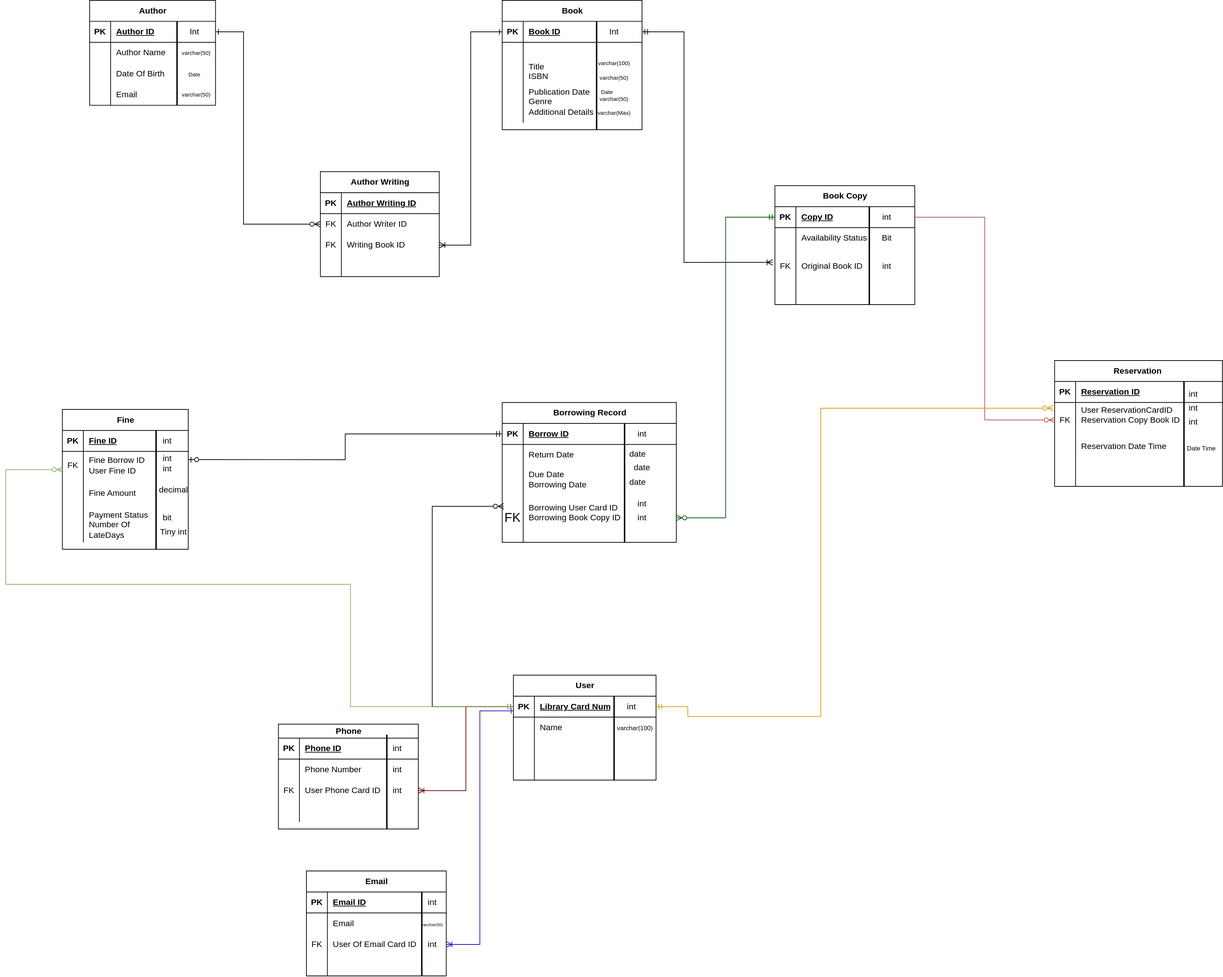
Above: Project 2 - Simple Library/Relational Schema - Project 2 - Simple Library.drawio.svg in osama-dev2206/Database_Projects (draw.io), before the change. Source tidied: cells renumbered, new cells last; positions are measured from the earlier drawing's top-left corner, leaving out a move shared by most shapes.
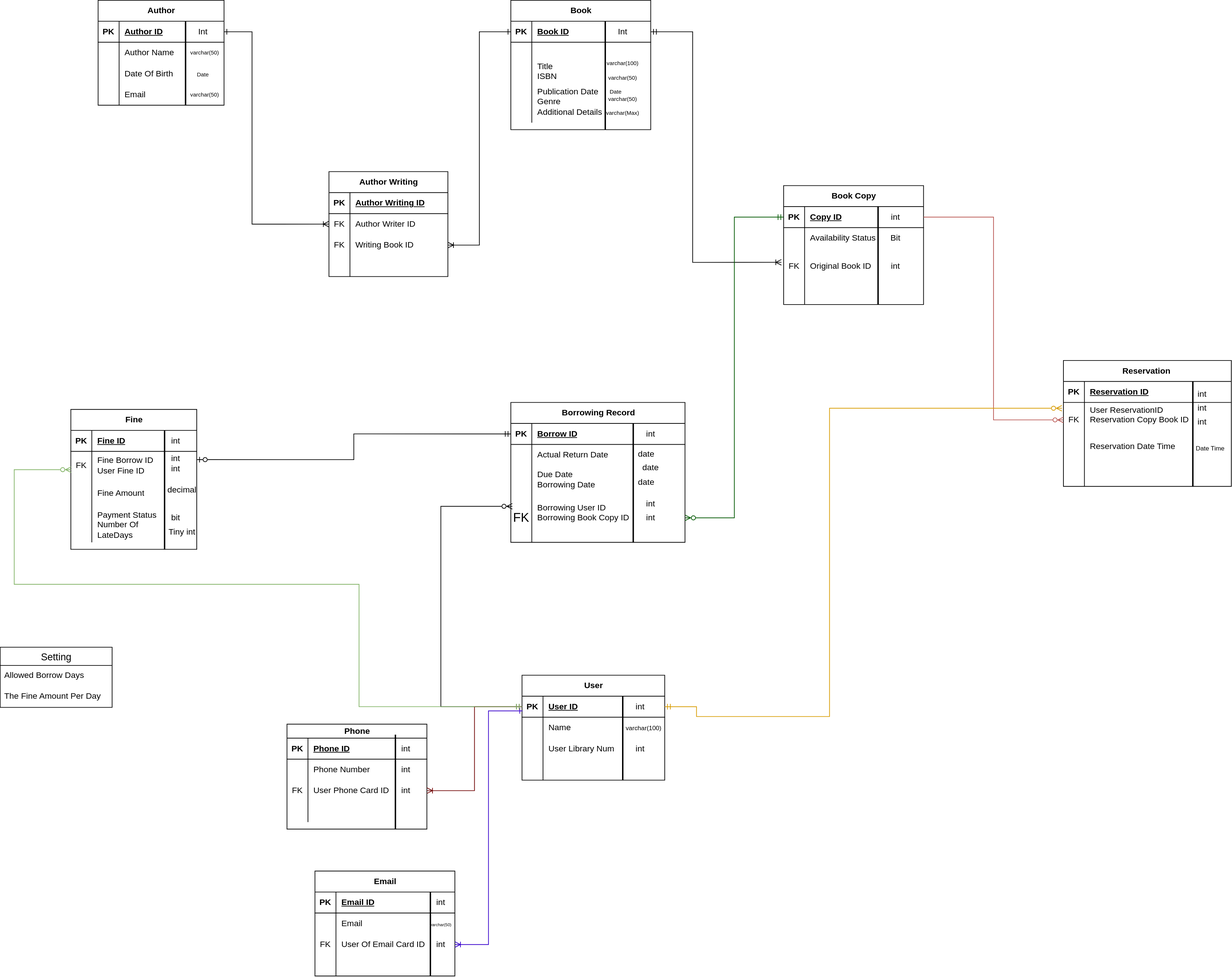
After the change.

Diff of the diagram source:
```diff
@@ -163,7 +163,7 @@
     <mxCell id="53" value="&lt;font style=&quot;font-size: 8px;&quot;&gt;varchar(50)&lt;/font&gt;" style="text;whiteSpace=wrap;html=1;" parent="1" vertex="1">
       <mxGeometry x="250" y="60" width="70" height="40" as="geometry" />
     </mxCell>
-    <mxCell id="54" style="edgeStyle=orthogonalEdgeStyle;rounded=0;jettySize=auto;html=1;entryX=0;entryY=0.5;entryDx=0;entryDy=0;endArrow=ERzeroToMany;endFill=0;startArrow=ERone;startFill=0;" parent="1" edge="1" source="50" target="27">
+    <mxCell id="54" style="edgeStyle=orthogonalEdgeStyle;rounded=0;jettySize=auto;html=1;entryX=0;entryY=0.5;entryDx=0;entryDy=0;endArrow=ERoneToMany;endFill=0;startArrow=ERone;startFill=0;" parent="1" edge="1" source="50" target="27">
       <mxGeometry relative="1" as="geometry">
         <Array as="points">
           <mxPoint x="340" y="45" />
@@ -243,7 +243,7 @@
     <mxCell id="78" style="shape=partialRectangle;fillColor=none;top=0;left=0;bottom=0;right=0;overflow=hidden;whiteSpace=wrap;html=1;" parent="77" vertex="1">
       <mxGeometry width="30" height="30" as="geometry" />
     </mxCell>
-    <mxCell id="79" value="Return Date&amp;nbsp;" style="shape=partialRectangle;fillColor=none;top=0;left=0;bottom=0;right=0;align=left;spacingLeft=6;overflow=hidden;whiteSpace=wrap;html=1;" parent="77" vertex="1">
+    <mxCell id="79" value="Actual Return Date&amp;nbsp;" style="shape=partialRectangle;fillColor=none;top=0;left=0;bottom=0;right=0;align=left;spacingLeft=6;overflow=hidden;whiteSpace=wrap;html=1;" parent="77" vertex="1">
       <mxGeometry x="30" width="219" height="30" as="geometry" />
     </mxCell>
     <mxCell id="80" style="shape=tableRow;horizontal=0;startSize=0;swimlaneHead=0;swimlaneBody=0;fillColor=none;top=0;left=0;right=0;bottom=0;" parent="73" vertex="1">
@@ -261,7 +261,7 @@
     <mxCell id="84" value="&lt;font style=&quot;font-size: 18px;&quot;&gt;FK&lt;/font&gt;" style="shape=partialRectangle;fillColor=none;top=0;left=0;bottom=0;right=0;overflow=hidden;whiteSpace=wrap;html=1;" parent="83" vertex="1">
       <mxGeometry width="30" height="70" as="geometry" />
     </mxCell>
-    <mxCell id="85" value="&lt;div&gt;Borrowing User Card ID&lt;/div&gt;&lt;div&gt;Borrowing Book Copy ID&lt;/div&gt;&lt;div&gt;&lt;br&gt;&lt;/div&gt;" style="shape=partialRectangle;fillColor=none;top=0;left=0;bottom=0;right=0;align=left;spacingLeft=6;overflow=hidden;whiteSpace=wrap;html=1;" parent="83" vertex="1">
+    <mxCell id="85" value="&lt;div&gt;Borrowing User ID&lt;/div&gt;&lt;div&gt;Borrowing Book Copy ID&lt;/div&gt;&lt;div&gt;&lt;br&gt;&lt;/div&gt;" style="shape=partialRectangle;fillColor=none;top=0;left=0;bottom=0;right=0;align=left;spacingLeft=6;overflow=hidden;whiteSpace=wrap;html=1;" parent="83" vertex="1">
       <mxGeometry x="30" width="219" height="70" as="geometry" />
     </mxCell>
     <mxCell id="86" value="User" style="shape=table;startSize=30;rowLines=0;fontStyle=1;align=center;html=1;" parent="1" vertex="1">
@@ -273,7 +273,7 @@
     <mxCell id="88" value="PK" style="shape=partialRectangle;fillColor=none;top=0;left=0;bottom=0;right=0;fontStyle=1;overflow=hidden;whiteSpace=wrap;html=1;" parent="87" vertex="1">
       <mxGeometry width="30" height="30" as="geometry" />
     </mxCell>
-    <mxCell id="89" value="Library Card Num" style="shape=partialRectangle;fillColor=none;top=0;left=0;bottom=0;right=0;align=left;spacingLeft=6;fontStyle=5;overflow=hidden;whiteSpace=wrap;html=1;" parent="87" vertex="1">
+    <mxCell id="89" value="User ID" style="shape=partialRectangle;fillColor=none;top=0;left=0;bottom=0;right=0;align=left;spacingLeft=6;fontStyle=5;overflow=hidden;whiteSpace=wrap;html=1;" parent="87" vertex="1">
       <mxGeometry x="30" width="174" height="30" as="geometry" />
     </mxCell>
     <mxCell id="90" style="shape=tableRow;horizontal=0;startSize=0;swimlaneHead=0;swimlaneBody=0;fillColor=none;top=0;left=0;right=0;bottom=0;" parent="86" vertex="1">
@@ -291,7 +291,7 @@
     <mxCell id="94" style="shape=partialRectangle;fillColor=none;top=0;left=0;bottom=0;right=0;overflow=hidden;whiteSpace=wrap;html=1;" parent="93" vertex="1">
       <mxGeometry width="30" height="30" as="geometry" />
     </mxCell>
-    <mxCell id="95" style="shape=partialRectangle;fillColor=none;top=0;left=0;bottom=0;right=0;align=left;spacingLeft=6;overflow=hidden;whiteSpace=wrap;html=1;" parent="93" vertex="1">
+    <mxCell id="95" value="User Library Num&amp;nbsp;" style="shape=partialRectangle;fillColor=none;top=0;left=0;bottom=0;right=0;align=left;spacingLeft=6;overflow=hidden;whiteSpace=wrap;html=1;" parent="93" vertex="1">
       <mxGeometry x="30" width="174" height="30" as="geometry" />
     </mxCell>
     <mxCell id="96" style="shape=tableRow;horizontal=0;startSize=0;swimlaneHead=0;swimlaneBody=0;fillColor=none;top=0;left=0;right=0;bottom=0;" parent="86" vertex="1">
@@ -473,7 +473,7 @@
     <mxCell id="153" value="FK" style="shape=partialRectangle;fillColor=none;top=0;left=0;bottom=0;right=0;overflow=hidden;whiteSpace=wrap;html=1;" parent="152" vertex="1">
       <mxGeometry width="30" height="50" as="geometry" />
     </mxCell>
-    <mxCell id="154" value="&lt;div&gt;User ReservationCardID&lt;/div&gt;&lt;div&gt;&lt;font style=&quot;font-size: 12px;&quot;&gt;Reservation Copy Book ID&lt;/font&gt;&lt;/div&gt;&lt;div&gt;&lt;br&gt;&lt;/div&gt;" style="shape=partialRectangle;fillColor=none;top=0;left=0;bottom=0;right=0;align=left;spacingLeft=6;overflow=hidden;whiteSpace=wrap;html=1;" parent="152" vertex="1">
+    <mxCell id="154" value="&lt;div&gt;User ReservationID&lt;/div&gt;&lt;div&gt;&lt;font style=&quot;font-size: 12px;&quot;&gt;Reservation Copy Book ID&lt;/font&gt;&lt;/div&gt;&lt;div&gt;&lt;br&gt;&lt;/div&gt;" style="shape=partialRectangle;fillColor=none;top=0;left=0;bottom=0;right=0;align=left;spacingLeft=6;overflow=hidden;whiteSpace=wrap;html=1;" parent="152" vertex="1">
       <mxGeometry x="30" width="210" height="50" as="geometry" />
     </mxCell>
     <mxCell id="155" style="shape=tableRow;horizontal=0;startSize=0;swimlaneHead=0;swimlaneBody=0;fillColor=none;top=0;left=0;right=0;bottom=0;" parent="148" vertex="1">
@@ -592,5 +592,17 @@
     <mxCell id="188" value="Tiny int" style="text;html=1;whiteSpace=wrap;strokeColor=none;fillColor=none;align=center;verticalAlign=middle;rounded=0;" parent="1" vertex="1">
       <mxGeometry x="210" y="745" width="60" height="30" as="geometry" />
     </mxCell>
+    <mxCell id="189" value="int" style="text;html=1;whiteSpace=wrap;strokeColor=none;fillColor=none;align=center;verticalAlign=middle;rounded=0;" parent="1" vertex="1">
+      <mxGeometry x="865" y="1055" width="60" height="30" as="geometry" />
+    </mxCell>
+    <mxCell id="190" value="Setting" style="swimlane;fontStyle=0;horizontal=1;startSize=26;align=center;fontSize=14;" parent="1" vertex="1">
+      <mxGeometry x="-20" y="925" width="160" height="86" as="geometry" />
+    </mxCell>
+    <mxCell id="191" value="Allowed Borrow Days" style="text;strokeColor=none;fillColor=none;spacingLeft=4;spacingRight=4;overflow=hidden;fontSize=12;whiteSpace=wrap;html=1;" parent="190" vertex="1">
+      <mxGeometry y="26" width="160" height="30" as="geometry" />
+    </mxCell>
+    <mxCell id="192" value="The Fine Amount Per Day" style="text;strokeColor=none;fillColor=none;spacingLeft=4;spacingRight=4;overflow=hidden;fontSize=12;whiteSpace=wrap;html=1;" parent="190" vertex="1">
+      <mxGeometry y="56" width="160" height="30" as="geometry" />
+    </mxCell>
   </root>
 </mxGraphModel>
```
